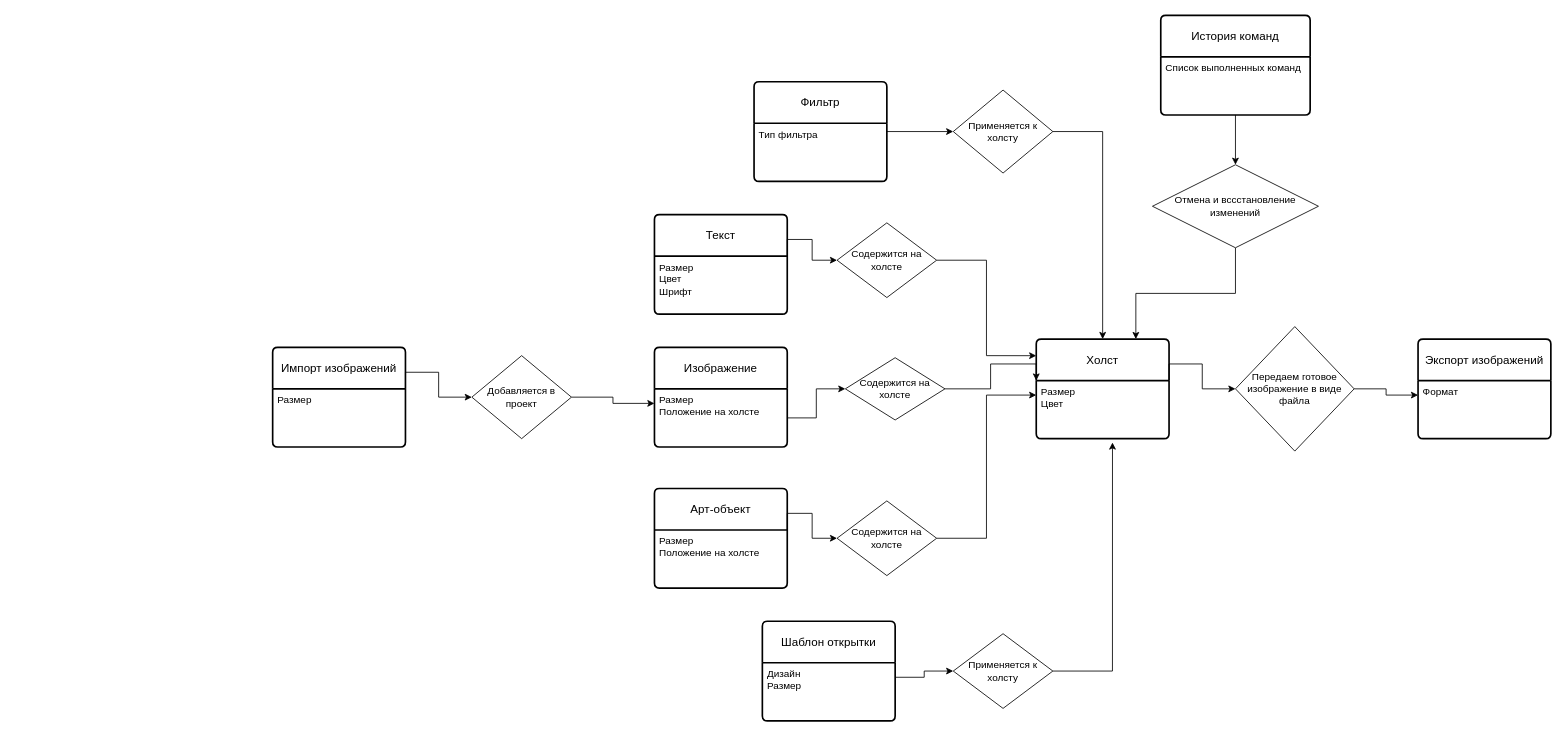
This is CardMaker.drawio from dulumdomdom/CardMaker, a draw.io file, before an edit. Source tidied: cells renumbered, new cells numbered last; positions are measured from the earlier drawing's top-left corner, leaving out a move shared by most shapes. Both pictures are drawn from the tidied source at 83%, with x=0, y=0 at pixel (272, 15).
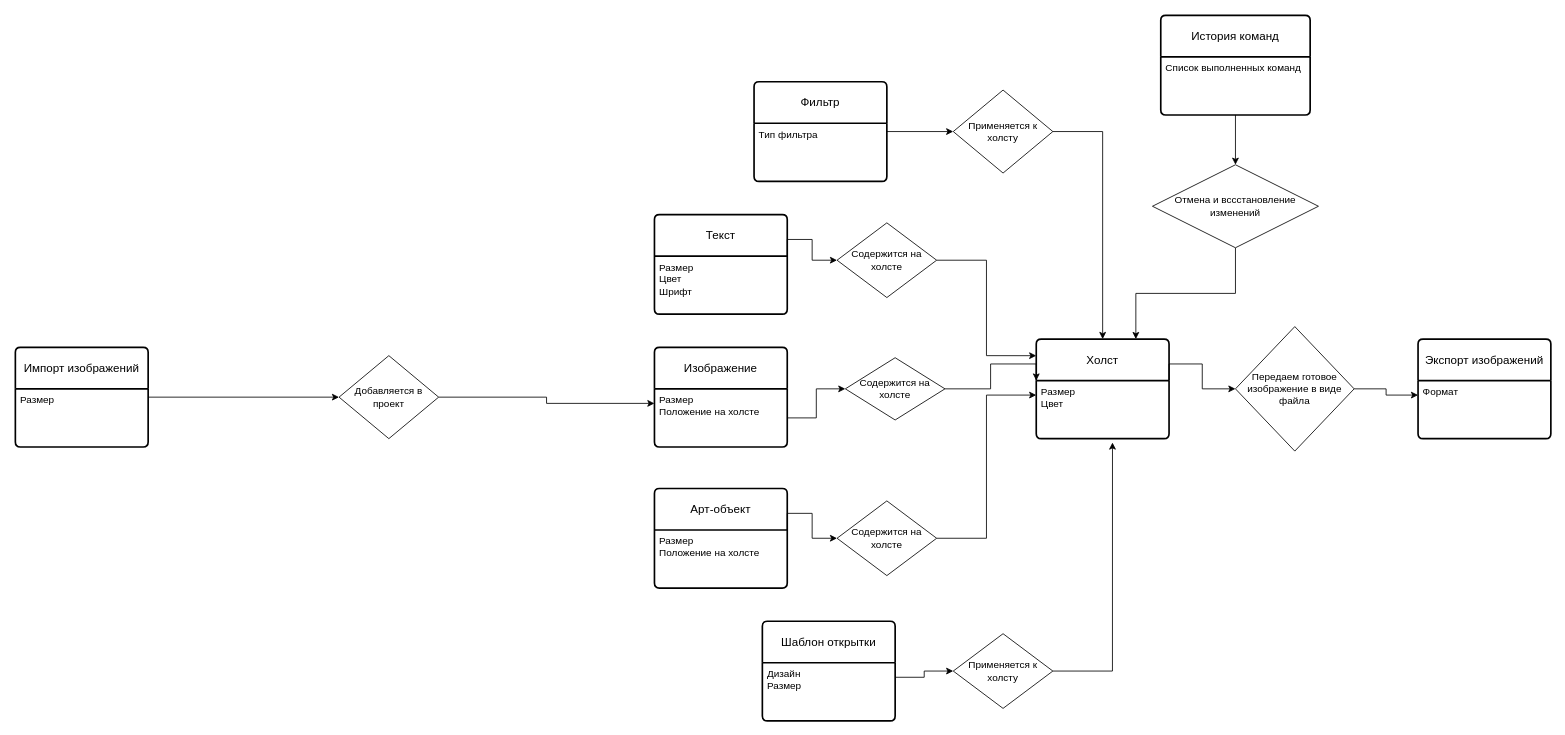
Above is the later version.

The change refers to these unchanged cells:
```xml
<mxCell id="32" value="Размер&lt;br&gt;" style="align=left;strokeColor=none;fillColor=none;spacingLeft=4;fontSize=12;verticalAlign=top;html=1;" parent="31" vertex="1">
  <mxGeometry y="50" width="160" height="70" as="geometry" />
</mxCell>
```

Change to the diagram source:
```diff
@@
+    <mxCell id="44" style="edgeStyle=orthogonalEdgeStyle;rounded=0;jettySize=auto;html=1;entryX=0;entryY=0.5;entryDx=0;entryDy=0;" parent="1" edge="1" source="31" target="36">
+      <mxGeometry relative="1" as="geometry" />
+    </mxCell>
     <mxCell id="31" value="Импорт изображений" style="swimlane;horizontal=1;startSize=50;rounded=1;fontSize=14;fontStyle=0;strokeWidth=2;shadow=0;dashed=0;align=center;arcSize=4;whiteSpace=wrap;html=1;" parent="1" vertex="1">
-      <mxGeometry y="400" width="160" height="120" as="geometry" />
+      <mxGeometry x="-310" y="400" width="160" height="120" as="geometry" />
     </mxCell>
@@
     <mxCell id="36" value="Добавляется в проект" style="shape=rhombus;perimeter=rhombusPerimeter;whiteSpace=wrap;html=1;align=center;" parent="1" vertex="1">
-      <mxGeometry x="240" y="410" width="120" height="100" as="geometry" />
+      <mxGeometry x="80" y="410" width="120" height="100" as="geometry" />
     </mxCell>
-    <mxCell id="37" style="edgeStyle=orthogonalEdgeStyle;rounded=0;jettySize=auto;html=1;exitX=1;exitY=0;exitDx=0;exitDy=0;" parent="1" edge="1" source="32" target="36">
-      <mxGeometry relative="1" as="geometry" />
-    </mxCell>
```
